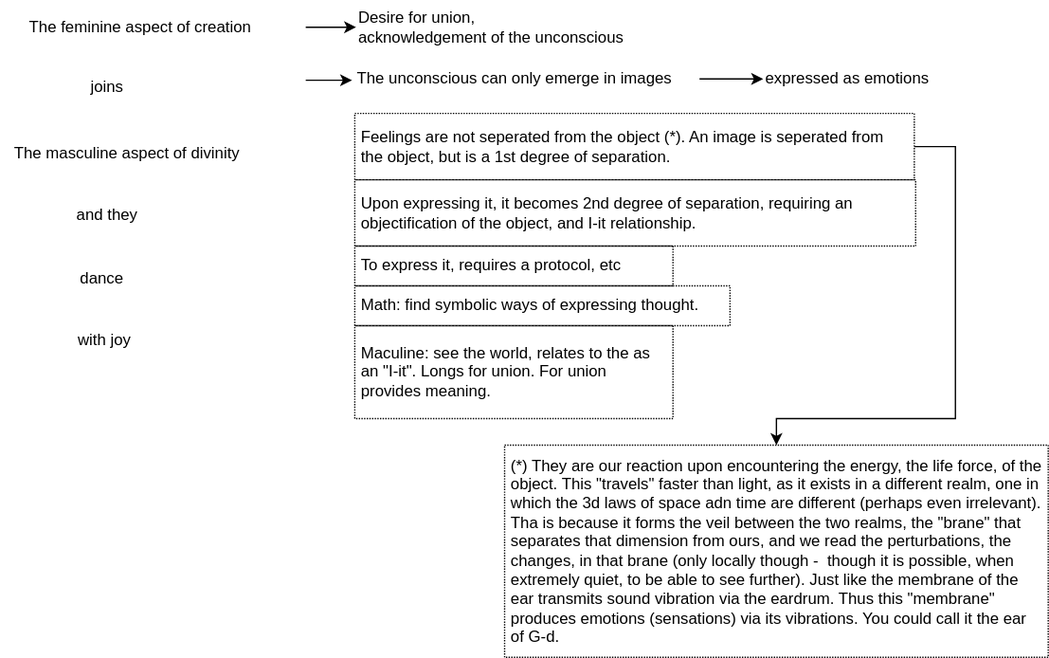
Earlier version of the draw.io export site/posts/img/qkab/dance_in_joy.svg (jewelsofthought/neshama). Source tidied: cells renumbered, new cells last; positions are measured from the earlier drawing's top-left corner, leaving out a move shared by most shapes.
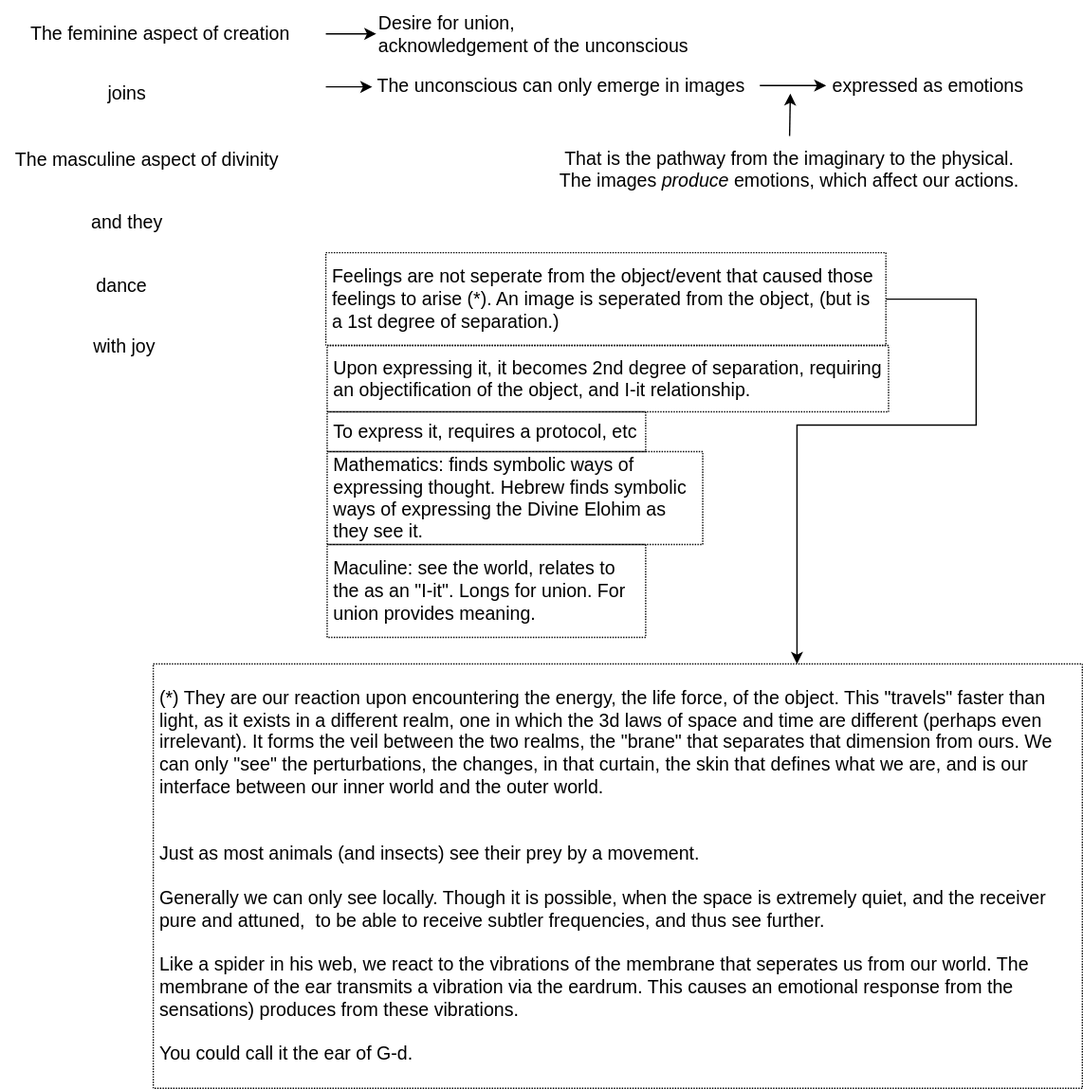
After the commit.

What changed in the source:
```diff
@@ -2,76 +2,87 @@
   <root>
     <mxCell id="0" />
     <mxCell id="1" parent="0" />
-    <mxCell id="2" style="edgeStyle=orthogonalEdgeStyle;rounded=0;jettySize=auto;html=1;" parent="1" edge="1" target="9">
+    <mxCell id="2" style="edgeStyle=orthogonalEdgeStyle;rounded=0;jettySize=auto;html=1;fontSize=14;" parent="1" edge="1" target="9">
       <mxGeometry relative="1" as="geometry">
         <mxPoint x="230" y="20" as="sourcePoint" />
       </mxGeometry>
     </mxCell>
-    <mxCell id="3" value="The feminine aspect of creation" style="text;html=1;align=center;verticalAlign=middle;strokeColor=none;fillColor=none;" parent="1" vertex="1">
-      <mxGeometry x="10" y="5" width="190" height="30" as="geometry" />
+    <mxCell id="3" value="The feminine aspect of creation" style="text;html=1;align=center;verticalAlign=middle;strokeColor=none;fillColor=none;fontSize=14;" parent="1" vertex="1">
+      <mxGeometry x="-5" y="5" width="220" height="30" as="geometry" />
     </mxCell>
-    <mxCell id="4" value="joins" style="text;html=1;align=center;verticalAlign=middle;strokeColor=none;fillColor=none;" parent="1" vertex="1">
+    <mxCell id="4" value="joins" style="text;html=1;align=center;verticalAlign=middle;strokeColor=none;fillColor=none;fontSize=14;" parent="1" vertex="1">
       <mxGeometry x="55" y="50" width="50" height="30" as="geometry" />
     </mxCell>
-    <mxCell id="5" value="The masculine aspect of divinity" style="text;html=1;align=center;verticalAlign=middle;strokeColor=none;fillColor=none;" parent="1" vertex="1">
-      <mxGeometry y="100" width="190" height="30" as="geometry" />
+    <mxCell id="5" value="The masculine aspect of divinity" style="text;html=1;align=center;verticalAlign=middle;strokeColor=none;fillColor=none;fontSize=14;" parent="1" vertex="1">
+      <mxGeometry x="-15" y="100" width="220" height="30" as="geometry" />
     </mxCell>
-    <mxCell id="6" value="and they" style="text;html=1;align=center;verticalAlign=middle;strokeColor=none;fillColor=none;" parent="1" vertex="1">
-      <mxGeometry x="45" y="147" width="70" height="30" as="geometry" />
+    <mxCell id="6" value="and they" style="text;html=1;align=center;verticalAlign=middle;strokeColor=none;fillColor=none;fontSize=14;" parent="1" vertex="1">
+      <mxGeometry x="40" y="147" width="80" height="30" as="geometry" />
     </mxCell>
-    <mxCell id="7" value="dance" style="text;html=1;align=center;verticalAlign=middle;strokeColor=none;fillColor=none;" parent="1" vertex="1">
+    <mxCell id="7" value="dance" style="text;html=1;align=center;verticalAlign=middle;strokeColor=none;fillColor=none;fontSize=14;" parent="1" vertex="1">
       <mxGeometry x="46" y="195" width="60" height="30" as="geometry" />
     </mxCell>
-    <mxCell id="8" value="with joy" style="text;html=1;align=center;verticalAlign=middle;strokeColor=none;fillColor=none;" parent="1" vertex="1">
-      <mxGeometry x="48" y="241" width="60" height="30" as="geometry" />
+    <mxCell id="8" value="with joy" style="text;html=1;align=center;verticalAlign=middle;strokeColor=none;fillColor=none;fontSize=14;" parent="1" vertex="1">
+      <mxGeometry x="43" y="241" width="70" height="30" as="geometry" />
     </mxCell>
-    <mxCell id="9" value="Desire for union,&lt;br&gt;acknowledgement of the unconscious" style="text;html=1;align=left;verticalAlign=middle;points=[];strokeColor=none;fillColor=none;" parent="1" vertex="1">
-      <mxGeometry x="268" width="220" height="40" as="geometry" />
+    <mxCell id="9" value="Desire for union,&lt;br style=&quot;font-size: 14px;&quot;&gt;acknowledgement of the unconscious" style="text;html=1;align=left;verticalAlign=middle;points=[];strokeColor=none;fillColor=none;fontSize=14;" parent="1" vertex="1">
+      <mxGeometry x="268" y="-5" width="260" height="50" as="geometry" />
     </mxCell>
-    <mxCell id="10" style="edgeStyle=orthogonalEdgeStyle;rounded=0;orthogonalLoop=1;jettySize=auto;html=1;" parent="1" edge="1">
+    <mxCell id="10" style="edgeStyle=orthogonalEdgeStyle;rounded=0;orthogonalLoop=1;jettySize=auto;html=1;fontSize=14;" parent="1" edge="1">
       <mxGeometry relative="1" as="geometry">
         <mxPoint x="230" y="60" as="sourcePoint" />
         <mxPoint x="265" y="60" as="targetPoint" />
       </mxGeometry>
     </mxCell>
-    <mxCell id="11" style="edgeStyle=orthogonalEdgeStyle;rounded=0;jettySize=auto;html=1;" parent="1" edge="1" source="12" target="13">
-      <mxGeometry relative="1" as="geometry" />
+    <mxCell id="11" style="edgeStyle=orthogonalEdgeStyle;rounded=0;orthogonalLoop=1;jettySize=auto;html=1;fontSize=14;" parent="1" edge="1">
+      <mxGeometry relative="1" as="geometry">
+        <mxPoint x="557" y="59" as="sourcePoint" />
+        <mxPoint x="607" y="59" as="targetPoint" />
+      </mxGeometry>
     </mxCell>
-    <mxCell id="12" value="The unconscious can only emerge in images&amp;nbsp;" style="text;html=1;align=left;verticalAlign=middle;points=[];strokeColor=none;fillColor=none;" parent="1" vertex="1">
-      <mxGeometry x="267" y="44" width="260" height="30" as="geometry" />
+    <mxCell id="12" value="The unconscious can only emerge in images&amp;nbsp;" style="text;html=1;align=left;verticalAlign=middle;points=[];strokeColor=none;fillColor=none;fontSize=14;" parent="1" vertex="1">
+      <mxGeometry x="267" y="44" width="300" height="30" as="geometry" />
     </mxCell>
-    <mxCell id="13" value="expressed as emotions" style="text;html=1;align=left;verticalAlign=middle;points=[];strokeColor=none;fillColor=none;" parent="1" vertex="1">
-      <mxGeometry x="575" y="44" width="150" height="30" as="geometry" />
+    <mxCell id="13" value="expressed as emotions" style="text;html=1;align=left;verticalAlign=middle;points=[];strokeColor=none;fillColor=none;fontSize=14;" parent="1" vertex="1">
+      <mxGeometry x="610" y="44" width="170" height="30" as="geometry" />
     </mxCell>
-    <mxCell id="14" style="edgeStyle=orthogonalEdgeStyle;rounded=0;jettySize=auto;html=1;" parent="1" edge="1" source="15" target="20">
+    <mxCell id="14" style="edgeStyle=orthogonalEdgeStyle;rounded=0;jettySize=auto;html=1;fontSize=14;exitX=1;exitY=0.5;exitDx=0;exitDy=0;" parent="1" edge="1" source="15" target="20">
       <mxGeometry relative="1" as="geometry">
         <Array as="points">
-          <mxPoint x="720" y="110" />
+          <mxPoint x="720" y="220" />
           <mxPoint x="720" y="315" />
           <mxPoint x="585" y="315" />
         </Array>
       </mxGeometry>
     </mxCell>
-    <mxCell id="15" value="Feelings are not seperated from the object (*). An image is seperated from the object, but is a 1st degree of separation." style="rounded=0;whiteSpace=wrap;html=1;dashed=1;dashPattern=1 1;strokeColor=#000000;fillColor=none;align=left;spacing=5;" parent="1" vertex="1">
-      <mxGeometry x="267" y="85" width="422" height="50" as="geometry" />
+    <mxCell id="15" value="Feelings are not seperate from the object/event that caused those feelings to arise (*). An image is seperated from the object, (but is a 1st degree of separation.)" style="rounded=0;whiteSpace=wrap;html=1;dashed=1;dashPattern=1 1;strokeColor=#000000;fillColor=none;align=left;spacing=5;fontSize=14;" parent="1" vertex="1">
+      <mxGeometry x="230" y="185" width="422" height="70" as="geometry" />
     </mxCell>
-    <mxCell id="16" value="Upon expressing it, it becomes 2nd degree of separation, requiring an objectification of the object, and I-it relationship." style="rounded=0;whiteSpace=wrap;html=1;dashed=1;dashPattern=1 1;strokeColor=#000000;fillColor=none;align=left;spacing=5;" parent="1" vertex="1">
-      <mxGeometry x="267" y="135" width="423" height="50" as="geometry" />
+    <mxCell id="16" value="Upon expressing it, it becomes 2nd degree of separation, requiring an objectification of the object, and I-it relationship." style="rounded=0;whiteSpace=wrap;html=1;dashed=1;dashPattern=1 1;strokeColor=#000000;fillColor=none;align=left;spacing=5;fontSize=14;" parent="1" vertex="1">
+      <mxGeometry x="231" y="255" width="423" height="50" as="geometry" />
     </mxCell>
-    <mxCell id="17" value="To express it, requires a protocol, etc" style="rounded=0;whiteSpace=wrap;html=1;dashed=1;dashPattern=1 1;strokeColor=#000000;fillColor=none;align=left;spacing=5;" parent="1" vertex="1">
-      <mxGeometry x="267" y="185" width="240" height="30" as="geometry" />
+    <mxCell id="17" value="To express it, requires a protocol, etc" style="rounded=0;whiteSpace=wrap;html=1;dashed=1;dashPattern=1 1;strokeColor=#000000;fillColor=none;align=left;spacing=5;fontSize=14;" parent="1" vertex="1">
+      <mxGeometry x="231" y="305" width="240" height="30" as="geometry" />
     </mxCell>
-    <mxCell id="18" value="Math: find symbolic ways of expressing thought." style="rounded=0;whiteSpace=wrap;html=1;dashed=1;dashPattern=1 1;strokeColor=#000000;fillColor=none;align=left;spacing=5;" parent="1" vertex="1">
-      <mxGeometry x="267" y="215" width="283" height="30" as="geometry" />
+    <mxCell id="18" value="Mathematics: finds symbolic ways of expressing thought. Hebrew finds symbolic ways of expressing the Divine Elohim as they see it." style="rounded=0;whiteSpace=wrap;html=1;dashed=1;dashPattern=1 1;strokeColor=#000000;fillColor=none;align=left;spacing=5;fontSize=14;" parent="1" vertex="1">
+      <mxGeometry x="231" y="335" width="283" height="70" as="geometry" />
     </mxCell>
-    <mxCell id="19" value="Maculine: see the world, relates to the as an &quot;I-it&quot;. Longs for union. For union provides meaning." style="rounded=0;whiteSpace=wrap;html=1;dashed=1;dashPattern=1 1;strokeColor=#000000;fillColor=none;align=left;spacing=5;" parent="1" vertex="1">
-      <mxGeometry x="267" y="245" width="240" height="70" as="geometry" />
+    <mxCell id="19" value="Maculine: see the world, relates to the as an &quot;I-it&quot;. Longs for union. For union provides meaning." style="rounded=0;whiteSpace=wrap;html=1;dashed=1;dashPattern=1 1;strokeColor=#000000;fillColor=none;align=left;spacing=5;fontSize=14;" parent="1" vertex="1">
+      <mxGeometry x="231" y="405" width="240" height="70" as="geometry" />
     </mxCell>
-    <mxCell id="20" value="(*) They are our reaction upon encountering the energy, the life force, of the object. This &quot;travels&quot; faster than light, as it exists in a different realm, one in which the 3d laws of space adn time are different (perhaps even irrelevant). Tha is because it forms the veil between the two realms, the &quot;brane&quot; that separates that dimension from ours, and we read the perturbations, the changes, in that brane (only locally though -&amp;nbsp; though it is possible, when extremely quiet, to be able to see further). Just like the membrane of the ear transmits sound vibration via the eardrum. Thus this &quot;membrane&quot; produces emotions (sensations) via its vibrations. You could call it the ear of G-d." style="rounded=0;whiteSpace=wrap;html=1;dashed=1;dashPattern=1 1;strokeColor=#000000;fillColor=none;align=left;spacing=5;" parent="1" vertex="1">
-      <mxGeometry x="380" y="335" width="410" height="160" as="geometry" />
+    <mxCell id="20" value="(*) They are our reaction upon encountering the energy, the life force, of the object. This &quot;travels&quot; faster than light, as it exists in a different realm, one in which the 3d laws of space and time are different (perhaps even irrelevant). It forms the veil between the two realms, the &quot;brane&quot; that separates that dimension from ours. We can only &quot;see&quot; the perturbations, the changes, in that curtain, the skin that defines what we are, and is our interface between our inner world and the outer world. &lt;br style=&quot;font-size: 14px;&quot;&gt;&lt;br style=&quot;font-size: 14px;&quot;&gt;&lt;br style=&quot;font-size: 14px;&quot;&gt;Just as most animals (and insects) see their prey by a movement.&lt;br style=&quot;font-size: 14px;&quot;&gt;&lt;br style=&quot;font-size: 14px;&quot;&gt;Generally we can only see locally. Though it is possible, when the space is extremely quiet, and the receiver pure and attuned,&amp;nbsp; to be able to receive subtler frequencies, and thus see further. &lt;br style=&quot;font-size: 14px;&quot;&gt;&lt;br style=&quot;font-size: 14px;&quot;&gt;Like a spider in his web, we react to the vibrations of the membrane that seperates us from our world. The membrane of the ear transmits a vibration via the eardrum. This causes an emotional response from the sensations) produces from these vibrations. &lt;br style=&quot;font-size: 14px;&quot;&gt;&lt;br style=&quot;font-size: 14px;&quot;&gt;You could call it the ear of G-d." style="rounded=0;whiteSpace=wrap;html=1;dashed=1;dashPattern=1 1;strokeColor=#000000;fillColor=none;align=left;spacing=5;fontSize=14;" parent="1" vertex="1">
+      <mxGeometry x="100" y="495" width="700" height="320" as="geometry" />
     </mxCell>
-    <mxCell id="21" style="edgeStyle=orthogonalEdgeStyle;rounded=0;orthogonalLoop=1;jettySize=auto;html=1;exitX=0.5;exitY=1;exitDx=0;exitDy=0;" parent="1" edge="1" source="19" target="19">
+    <mxCell id="21" style="edgeStyle=orthogonalEdgeStyle;rounded=0;orthogonalLoop=1;jettySize=auto;html=1;exitX=0.5;exitY=1;exitDx=0;exitDy=0;fontSize=14;" parent="1" edge="1" source="19" target="19">
       <mxGeometry relative="1" as="geometry" />
     </mxCell>
+    <mxCell id="22" style="rounded=0;jettySize=auto;html=1;" parent="1" edge="1" source="23">
+      <mxGeometry relative="1" as="geometry">
+        <mxPoint x="580" y="65" as="targetPoint" />
+      </mxGeometry>
+    </mxCell>
+    <mxCell id="23" value="That is the pathway from the imaginary to the physical.&lt;br style=&quot;font-size: 14px;&quot;&gt;&lt;div style=&quot;text-align: left; font-size: 14px;&quot;&gt;&lt;span style=&quot;background-color: initial; font-size: 14px;&quot;&gt;The images &lt;i style=&quot;font-size: 14px;&quot;&gt;produce&lt;/i&gt;&amp;nbsp;emotions, which affect our actions.&lt;/span&gt;&lt;/div&gt;" style="text;html=1;align=center;verticalAlign=middle;points=[];strokeColor=none;fillColor=none;fontSize=14;" parent="1" vertex="1">
+      <mxGeometry x="394" y="97" width="370" height="50" as="geometry" />
+    </mxCell>
   </root>
 </mxGraphModel>
```
